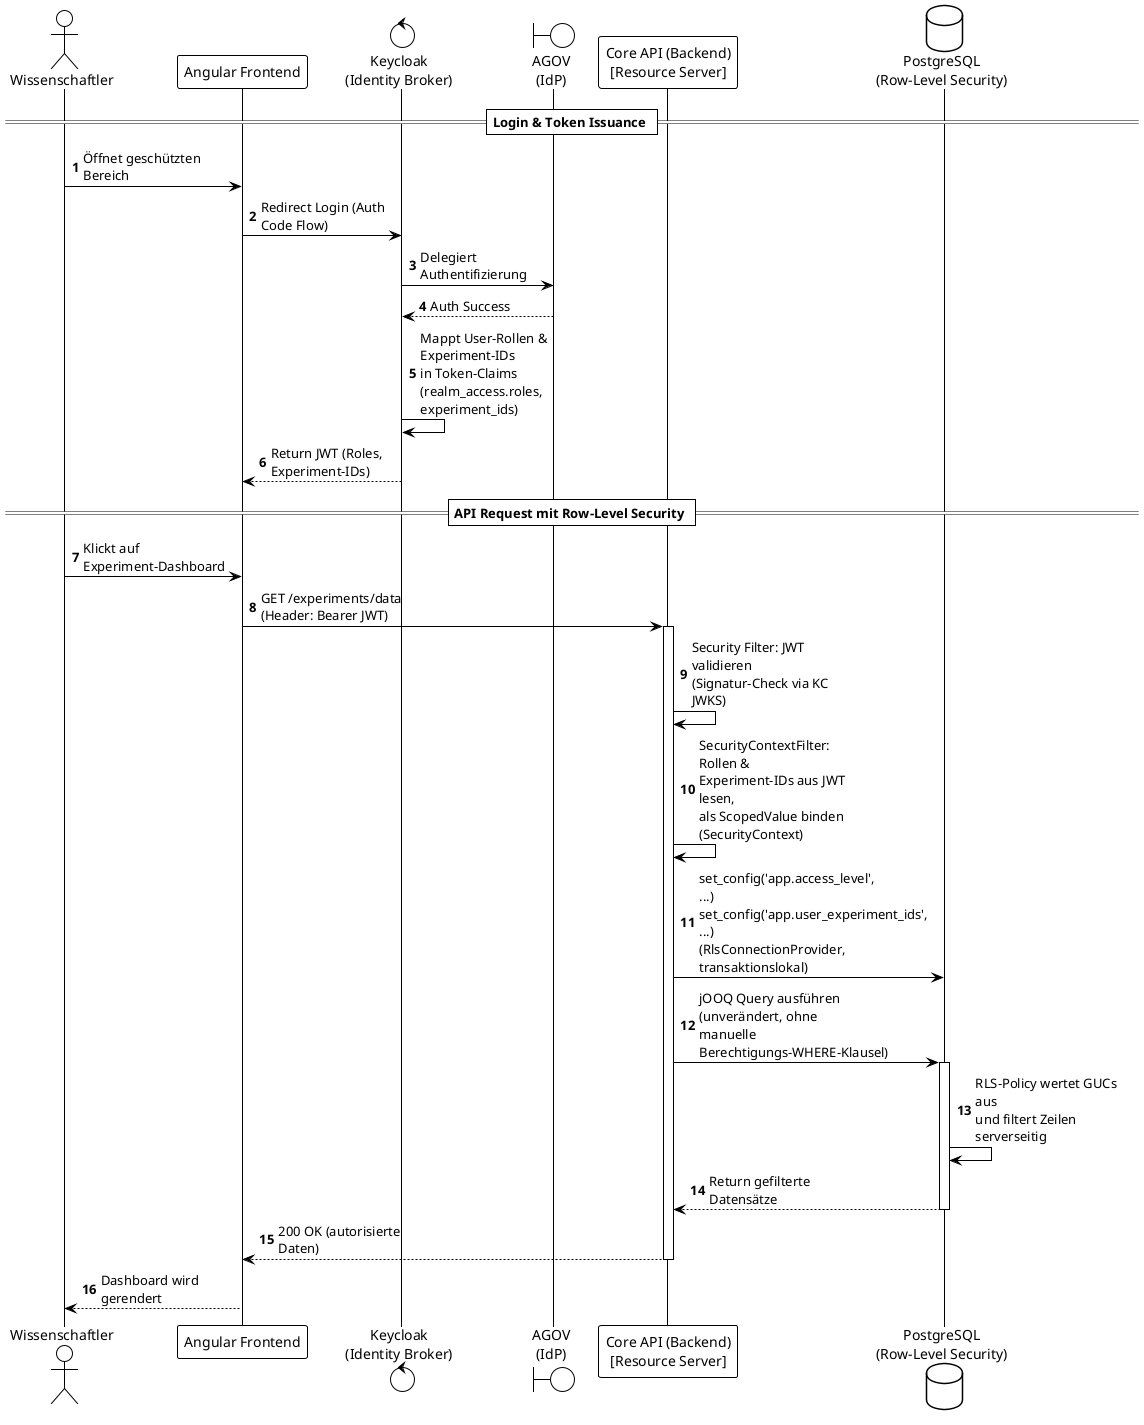
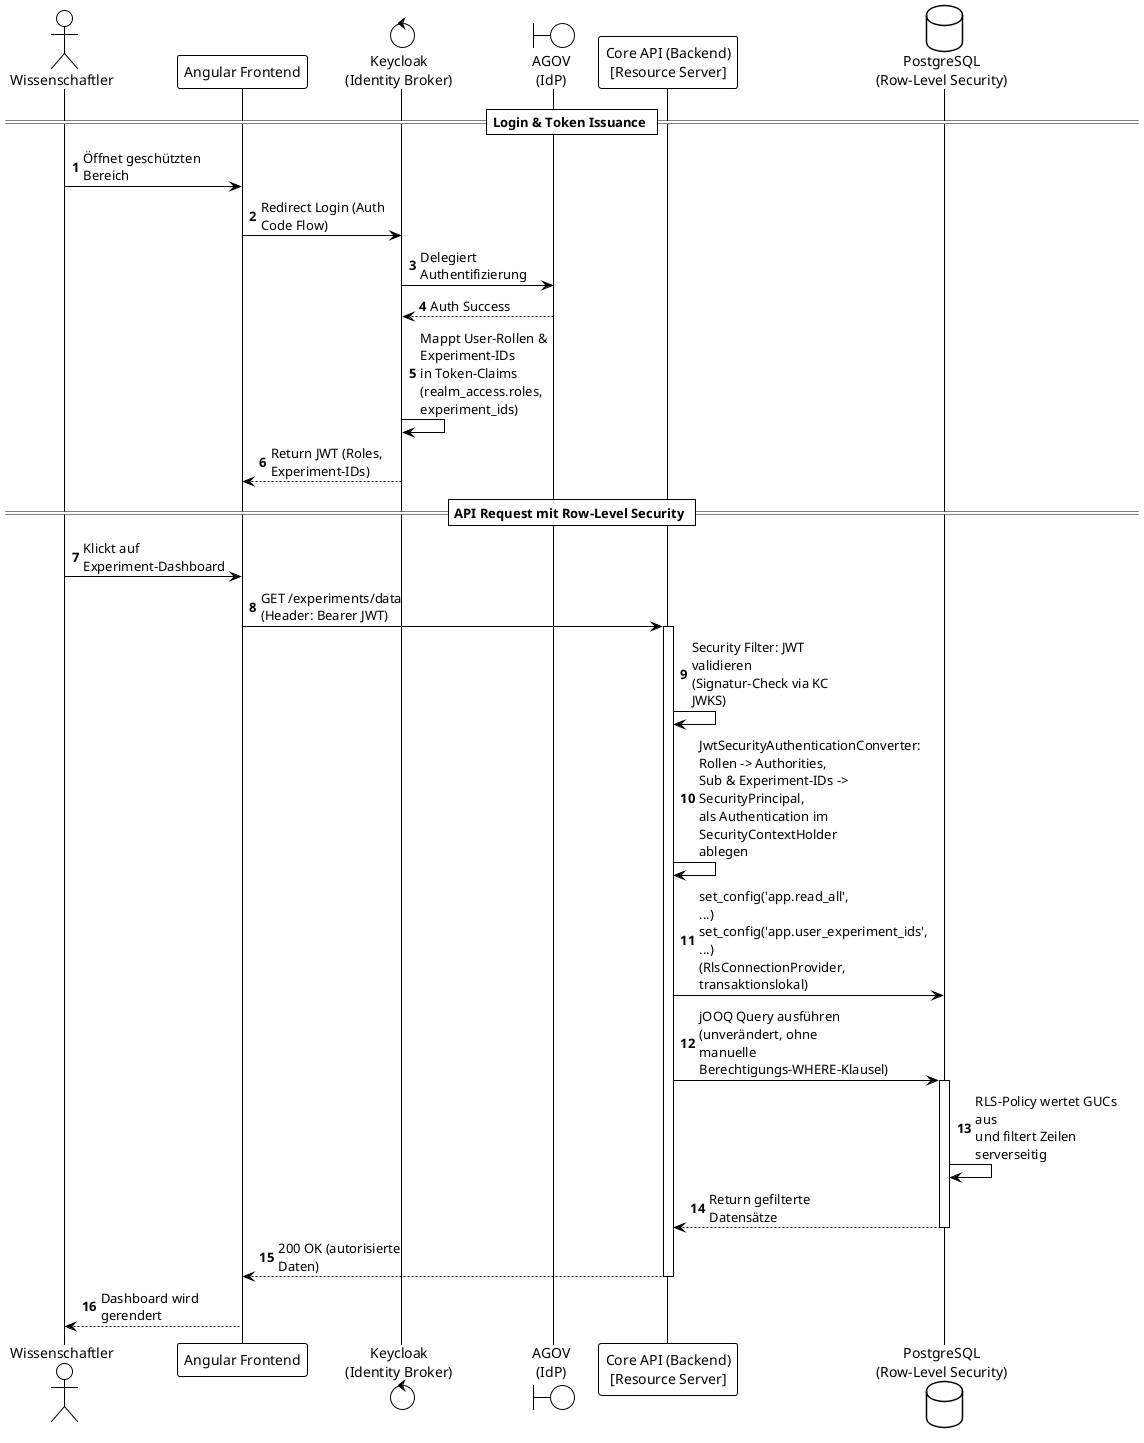
@startuml
!theme plain
autonumber
skinparam maxMessageSize 150

actor "Wissenschaftler" as User
participant "Angular Frontend" as UI
control "Keycloak\n(Identity Broker)" as KC
boundary "AGOV\n(IdP)" as AGOV
participant "Core API (Backend)\n[Resource Server]" as Backend
database "PostgreSQL\n(Row-Level Security)" as DB

== Login & Token Issuance ==
User -> UI : Öffnet geschützten Bereich
UI -> KC : Redirect Login (Auth Code Flow)
KC -> AGOV : Delegiert Authentifizierung
AGOV --> KC : Auth Success
KC -> KC : Mappt User-Rollen & Experiment-IDs\nin Token-Claims (realm_access.roles, experiment_ids)
KC --> UI : Return JWT (Roles, Experiment-IDs)

== API Request mit Row-Level Security ==
User -> UI : Klickt auf Experiment-Dashboard
UI -> Backend : GET /experiments/data\n(Header: Bearer JWT)
activate Backend

Backend -> Backend : Security Filter: JWT validieren\n(Signatur-Check via KC JWKS)
- Backend -> Backend : SecurityContextFilter: Rollen &\nExperiment-IDs aus JWT lesen,\nals ScopedValue binden (SecurityContext)
+ Backend -> Backend : JwtSecurityAuthenticationConverter: Rollen -> Authorities,\nSub & Experiment-IDs -> SecurityPrincipal,\nals Authentication im SecurityContextHolder ablegen

- Backend -> DB : set_config('app.access_level', ...)\nset_config('app.user_experiment_ids', ...)\n(RlsConnectionProvider, transaktionslokal)
+ Backend -> DB : set_config('app.read_all', ...)\nset_config('app.user_experiment_ids', ...)\n(RlsConnectionProvider, transaktionslokal)
Backend -> DB : jOOQ Query ausführen\n(unverändert, ohne manuelle\nBerechtigungs-WHERE-Klausel)
activate DB
DB -> DB : RLS-Policy wertet GUCs aus\nund filtert Zeilen serverseitig
DB --> Backend : Return gefilterte Datensätze
deactivate DB

Backend --> UI : 200 OK (autorisierte Daten)
deactivate Backend

UI --> User : Dashboard wird gerendert

@enduml
